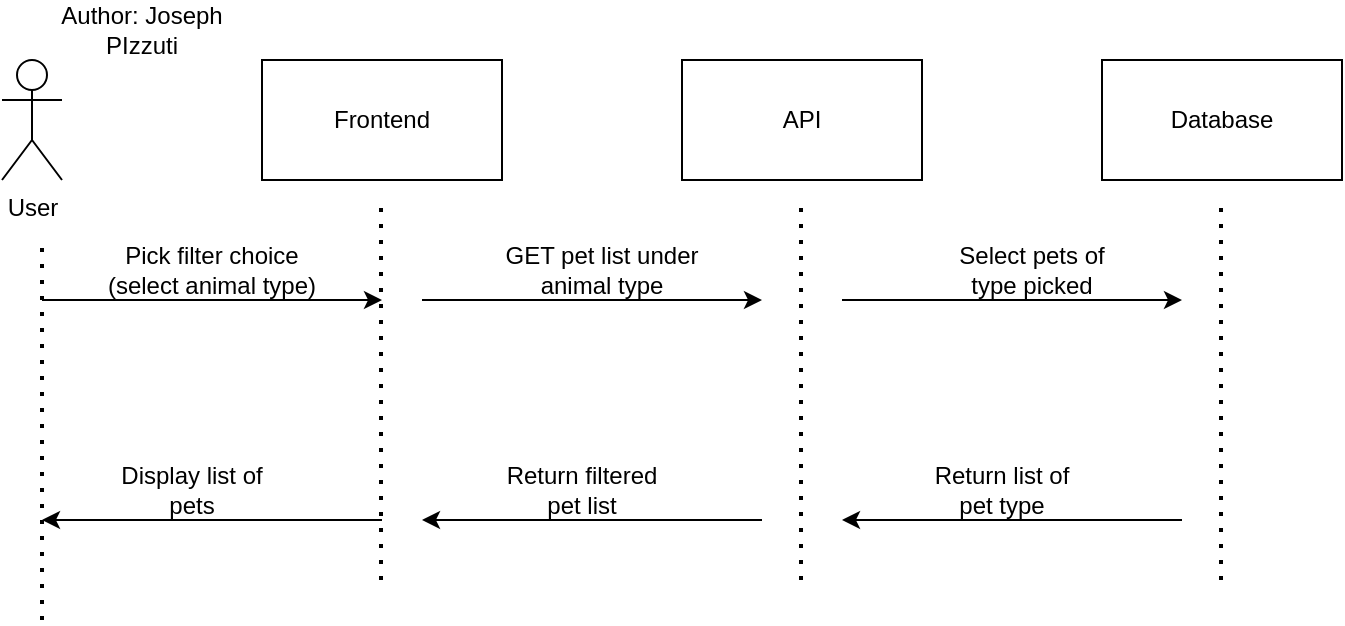
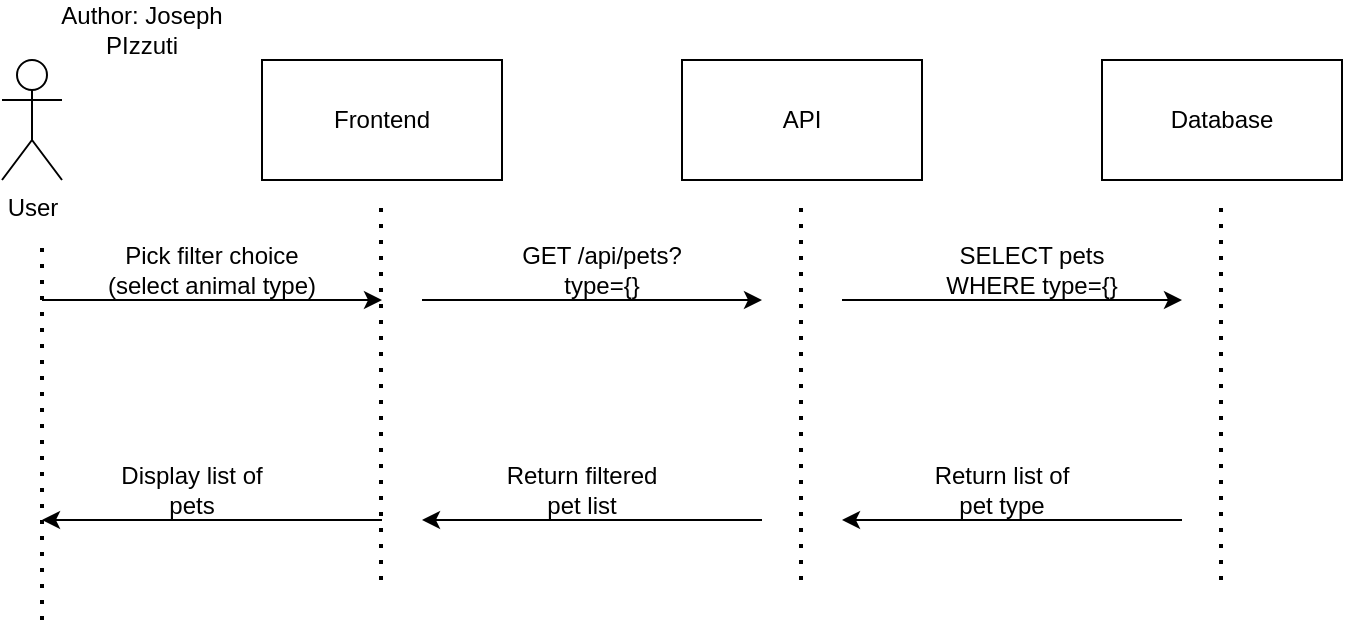
<mxfile host="65bd71144e">
    <diagram id="SfadfPYeBgK3iJ_cbt4k" name="Page-1">
        <mxGraphModel dx="1216" dy="779" grid="1" gridSize="10" guides="1" tooltips="1" connect="1" arrows="1" fold="1" page="1" pageScale="1" pageWidth="850" pageHeight="1100" math="0" shadow="0">
            <root>
                <mxCell id="0"/>
                <mxCell id="1" parent="0"/>
                <mxCell id="2" value="User" style="shape=umlActor;verticalLabelPosition=bottom;verticalAlign=top;html=1;outlineConnect=0;" vertex="1" parent="1">
                    <mxGeometry x="60" y="150" width="30" height="60" as="geometry"/>
                </mxCell>
                <mxCell id="3" value="Frontend" style="rounded=0;whiteSpace=wrap;html=1;" vertex="1" parent="1">
                    <mxGeometry x="190" y="150" width="120" height="60" as="geometry"/>
                </mxCell>
                <mxCell id="4" value="API" style="rounded=0;whiteSpace=wrap;html=1;" vertex="1" parent="1">
                    <mxGeometry x="400" y="150" width="120" height="60" as="geometry"/>
                </mxCell>
                <mxCell id="5" value="Database" style="rounded=0;whiteSpace=wrap;html=1;" vertex="1" parent="1">
                    <mxGeometry x="610" y="150" width="120" height="60" as="geometry"/>
                </mxCell>
                <mxCell id="6" value="" style="endArrow=none;dashed=1;html=1;dashPattern=1 3;strokeWidth=2;" edge="1" parent="1">
                    <mxGeometry width="50" height="50" relative="1" as="geometry">
                        <mxPoint x="80" y="430" as="sourcePoint"/>
                        <mxPoint x="80" y="240" as="targetPoint"/>
                    </mxGeometry>
                </mxCell>
                <mxCell id="7" value="" style="endArrow=none;dashed=1;html=1;dashPattern=1 3;strokeWidth=2;" edge="1" parent="1">
                    <mxGeometry width="50" height="50" relative="1" as="geometry">
                        <mxPoint x="249.5" y="410" as="sourcePoint"/>
                        <mxPoint x="249.5" y="220" as="targetPoint"/>
                    </mxGeometry>
                </mxCell>
                <mxCell id="8" value="" style="endArrow=none;dashed=1;html=1;dashPattern=1 3;strokeWidth=2;" edge="1" parent="1">
                    <mxGeometry width="50" height="50" relative="1" as="geometry">
                        <mxPoint x="459.5" y="410" as="sourcePoint"/>
                        <mxPoint x="459.5" y="220" as="targetPoint"/>
                    </mxGeometry>
                </mxCell>
                <mxCell id="9" value="" style="endArrow=none;dashed=1;html=1;dashPattern=1 3;strokeWidth=2;" edge="1" parent="1">
                    <mxGeometry width="50" height="50" relative="1" as="geometry">
                        <mxPoint x="669.5" y="410" as="sourcePoint"/>
                        <mxPoint x="669.5" y="220" as="targetPoint"/>
                    </mxGeometry>
                </mxCell>
                <mxCell id="10" value="" style="endArrow=classic;html=1;" edge="1" parent="1">
                    <mxGeometry width="50" height="50" relative="1" as="geometry">
                        <mxPoint x="80" y="270" as="sourcePoint"/>
                        <mxPoint x="250" y="270" as="targetPoint"/>
                    </mxGeometry>
                </mxCell>
                <mxCell id="11" value="" style="endArrow=classic;html=1;" edge="1" parent="1">
                    <mxGeometry width="50" height="50" relative="1" as="geometry">
                        <mxPoint x="270" y="270" as="sourcePoint"/>
                        <mxPoint x="440" y="270" as="targetPoint"/>
                    </mxGeometry>
                </mxCell>
                <mxCell id="12" value="" style="endArrow=classic;html=1;" edge="1" parent="1">
                    <mxGeometry width="50" height="50" relative="1" as="geometry">
                        <mxPoint x="480" y="270" as="sourcePoint"/>
                        <mxPoint x="650" y="270" as="targetPoint"/>
                    </mxGeometry>
                </mxCell>
                <mxCell id="13" value="" style="endArrow=classic;html=1;" edge="1" parent="1">
                    <mxGeometry width="50" height="50" relative="1" as="geometry">
                        <mxPoint x="250" y="380" as="sourcePoint"/>
                        <mxPoint x="80" y="380" as="targetPoint"/>
                    </mxGeometry>
                </mxCell>
                <mxCell id="14" value="" style="endArrow=classic;html=1;" edge="1" parent="1">
                    <mxGeometry width="50" height="50" relative="1" as="geometry">
                        <mxPoint x="440" y="380" as="sourcePoint"/>
                        <mxPoint x="270" y="380" as="targetPoint"/>
                    </mxGeometry>
                </mxCell>
                <mxCell id="15" value="" style="endArrow=classic;html=1;" edge="1" parent="1">
                    <mxGeometry width="50" height="50" relative="1" as="geometry">
                        <mxPoint x="650" y="380" as="sourcePoint"/>
                        <mxPoint x="480" y="380" as="targetPoint"/>
                    </mxGeometry>
                </mxCell>
                <mxCell id="16" value="Pick filter choice (select animal type)" style="text;strokeColor=none;align=center;fillColor=none;html=1;verticalAlign=middle;whiteSpace=wrap;rounded=0;" vertex="1" parent="1">
                    <mxGeometry x="110" y="240" width="110" height="30" as="geometry"/>
                </mxCell>
-                 <mxCell id="17" value="GET pet list under animal type" style="text;strokeColor=none;align=center;fillColor=none;html=1;verticalAlign=middle;whiteSpace=wrap;rounded=0;" vertex="1" parent="1">
+                 <mxCell id="17" value="GET /api/pets?type={}" style="text;strokeColor=none;align=center;fillColor=none;html=1;verticalAlign=middle;whiteSpace=wrap;rounded=0;" vertex="1" parent="1">
                    <mxGeometry x="310" y="240" width="100" height="30" as="geometry"/>
                </mxCell>
-                 <mxCell id="18" value="Select pets of type picked" style="text;strokeColor=none;align=center;fillColor=none;html=1;verticalAlign=middle;whiteSpace=wrap;rounded=0;" vertex="1" parent="1">
+                 <mxCell id="18" value="SELECT pets WHERE type={}" style="text;strokeColor=none;align=center;fillColor=none;html=1;verticalAlign=middle;whiteSpace=wrap;rounded=0;" vertex="1" parent="1">
                    <mxGeometry x="530" y="240" width="90" height="30" as="geometry"/>
                </mxCell>
                <mxCell id="19" value="Return list of pet type" style="text;strokeColor=none;align=center;fillColor=none;html=1;verticalAlign=middle;whiteSpace=wrap;rounded=0;" vertex="1" parent="1">
                    <mxGeometry x="520" y="350" width="80" height="30" as="geometry"/>
                </mxCell>
                <mxCell id="20" value="Return filtered pet list" style="text;strokeColor=none;align=center;fillColor=none;html=1;verticalAlign=middle;whiteSpace=wrap;rounded=0;" vertex="1" parent="1">
                    <mxGeometry x="310" y="350" width="80" height="30" as="geometry"/>
                </mxCell>
                <mxCell id="21" value="Display list of pets" style="text;strokeColor=none;align=center;fillColor=none;html=1;verticalAlign=middle;whiteSpace=wrap;rounded=0;" vertex="1" parent="1">
                    <mxGeometry x="110" y="350" width="90" height="30" as="geometry"/>
                </mxCell>
                <mxCell id="22" value="Author: Joseph PIzzuti" style="text;strokeColor=none;align=center;fillColor=none;html=1;verticalAlign=middle;whiteSpace=wrap;rounded=0;" vertex="1" parent="1">
                    <mxGeometry x="80" y="120" width="100" height="30" as="geometry"/>
                </mxCell>
            </root>
        </mxGraphModel>
    </diagram>
</mxfile>